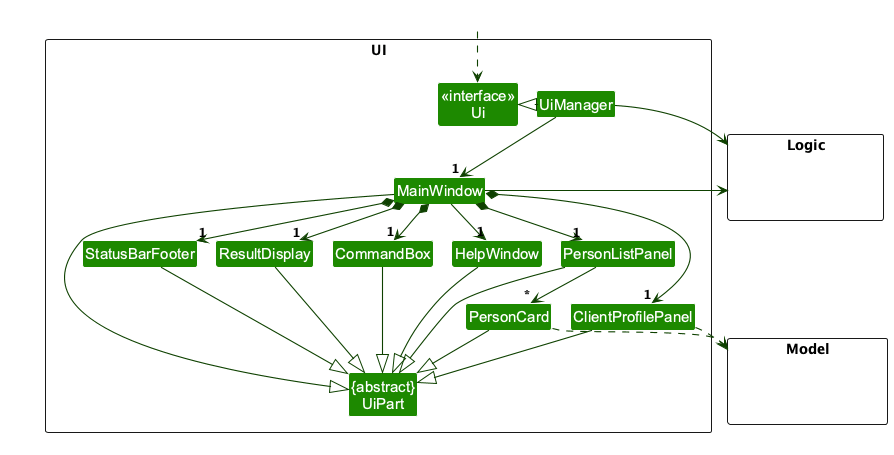
This is docs/images/UiClassDiagram.png from AY2627S1-CS2103T-W13-3/tp, a PlantUML export, as it was before one commit.
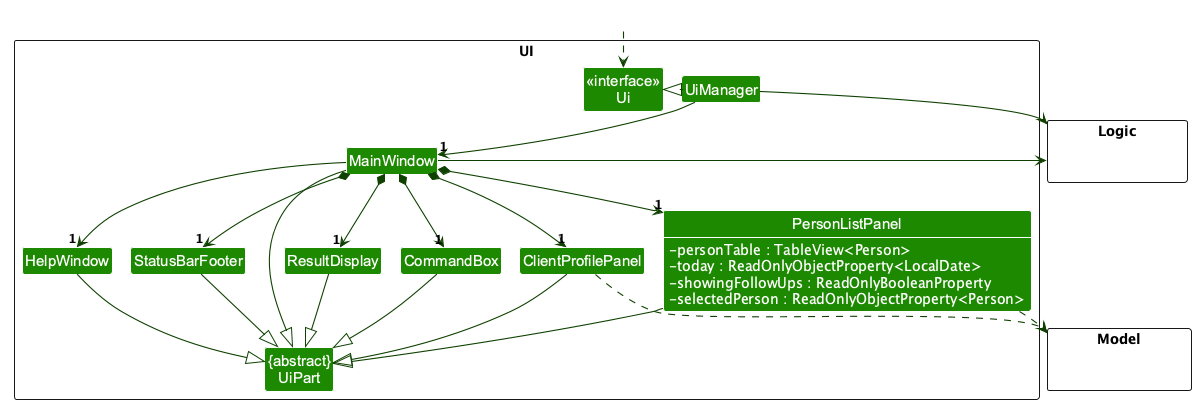
Above is the later version.

Commit message:
Update UI class diagram for indexed client table

Change to the diagram source:
```diff
@@ -4,6 +4,8 @@
 skinparam arrowThickness 1.1
 skinparam arrowColor UI_COLOR_T4
 skinparam classBackgroundColor UI_COLOR
+skinparam classAttributeIconSize 0
+skinparam classAttributeFontColor #FFFFFF
 
 package UI <<Rectangle>>{
 Class "<<interface>>\nUi" as Ui
@@ -13,11 +15,17 @@
 Class HelpWindow
 Class ResultDisplay
 Class ClientProfilePanel
-Class PersonListPanel
-Class PersonCard
+Class PersonListPanel {
+  -personTable : TableView<Person>
+  -today : ReadOnlyObjectProperty<LocalDate>
+  -showingFollowUps : ReadOnlyBooleanProperty
+  -selectedPerson : ReadOnlyObjectProperty<Person>
+}
 Class StatusBarFooter
 Class CommandBox
 }
+
+show PersonListPanel fields
 
 package Model <<Rectangle>> {
 Class HiddenModel #FFFFFF
@@ -39,19 +47,16 @@
 MainWindow *--> "1" ClientProfilePanel
 MainWindow --> "1" HelpWindow
 
-PersonListPanel -down-> "*" PersonCard
-
 MainWindow -left-|> UiPart
 
 ResultDisplay --|> UiPart
 CommandBox --|> UiPart
 PersonListPanel --|> UiPart
-PersonCard --|> UiPart
 ClientProfilePanel --|> UiPart
 StatusBarFooter --|> UiPart
 HelpWindow --|> UiPart
 
-PersonCard ..> Model
+PersonListPanel ..> Model
 ClientProfilePanel ..> Model
 UiManager -right-> Logic
 MainWindow -left-> Logic
```
